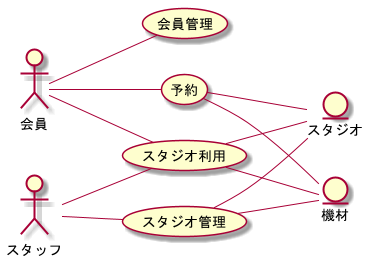
The PlantUML diagram modeling/03_BusinessContext/BusinessContext.png in TakashiOnawa/ddd-practice-studio-reservation, before a commit.
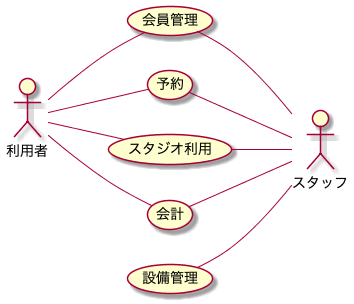
Later version of the same file.

Change to the diagram source:
```diff
@@ -1,26 +1,22 @@
-@startuml　BusinessContext
+@startuml BusinessContext
 
 left to right direction
 
-actor 会員
+actor 利用者
 actor スタッフ
-entity スタジオ
-entity 機材
 
-会員 -- (会員管理)
+利用者 -- (会員管理)
+(会員管理) -- スタッフ
 
-会員 -- (予約)
-(予約) -- スタジオ
-(予約) -- 機材
+利用者 -- (予約)
+(予約) -- スタッフ
 
-スタッフ -- (スタジオ管理)
-(スタジオ管理) -- スタジオ
-(スタジオ管理) -- 機材
+利用者 -- (スタジオ利用)
+(スタジオ利用) -- スタッフ
 
+利用者 -- (会計)
+(会計) -- スタッフ
 
-会員 -- (スタジオ利用)
-スタッフ -- (スタジオ利用)
-(スタジオ利用) -- スタジオ
-(スタジオ利用) -- 機材
+(設備管理) -- スタッフ
 
 @enduml
```
